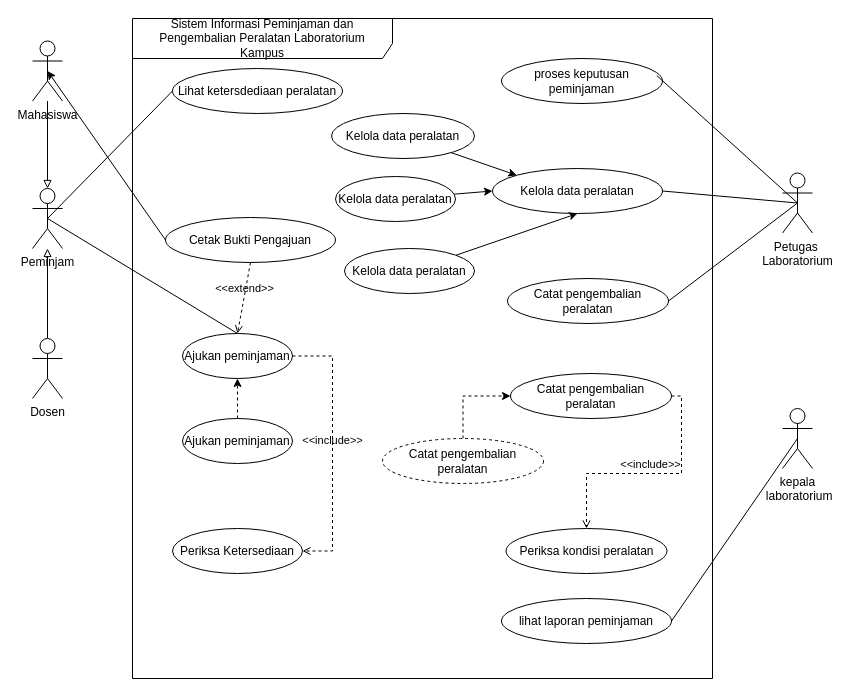
Above: 03_latihan_tools/P04/LAB/P04_2406060_LAB_nota_usecase_v01.drawio in Syakilaaaa/IFRWP5149_2406060_LabAlat (draw.io), before the change. Source tidied: cells renumbered, new cells numbered last; positions are measured from the earlier drawing's top-left corner, leaving out a move shared by most shapes. Both pictures are drawn from the tidied source at 100%, with x=0, y=0 at pixel (32, 18).
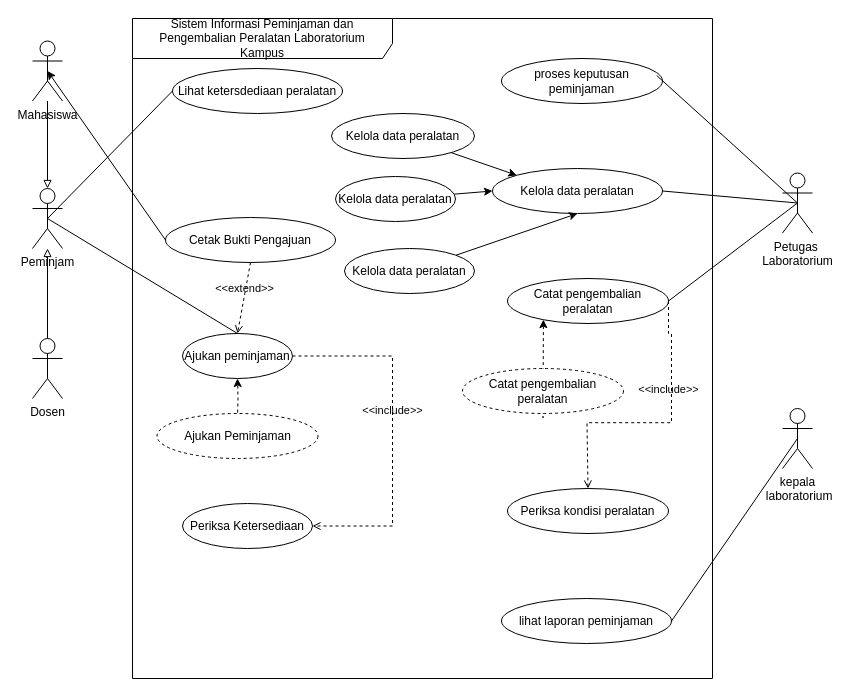
The same page after the edit.

The change refers to these unchanged cells:
```xml
<mxCell id="2" value="Sistem Informasi Peminjaman dan Pengembalian Peralatan Laboratorium &lt;br/&gt;Kampus" style="shape=umlFrame;whiteSpace=wrap;html=1;width=260;height=40;" parent="1" vertex="1">
  <mxGeometry x="100" width="580" height="660" as="geometry" />
</mxCell>
<mxCell id="5" value="Ajukan peminjaman" style="ellipse;html=1;whiteSpace=wrap;fillColor=#FFFFFF;" parent="2" vertex="1">
  <mxGeometry x="50" y="315" width="110" height="45" as="geometry" />
</mxCell>
<mxCell id="6" value="Catat pengembalian peralatan" style="ellipse;html=1;whiteSpace=wrap;fillColor=#FFFFFF;" parent="2" vertex="1">
  <mxGeometry x="375" y="260" width="161" height="45" as="geometry" />
</mxCell>
```

The edit, as a diff of the source:
```diff
@@
-    <mxCell id="10" style="edgeStyle=orthogonalEdgeStyle;rounded=0;jettySize=auto;html=1;dashed=1;" parent="2" edge="1" source="11" target="5">
-      <mxGeometry relative="1" as="geometry" />
+    <mxCell id="10" style="edgeStyle=orthogonalEdgeStyle;rounded=0;jettySize=auto;html=1;dashed=1;" parent="2" edge="1" target="5">
+      <mxGeometry relative="1" as="geometry">
+        <mxPoint x="105" y="400" as="sourcePoint" />
+      </mxGeometry>
     </mxCell>
-    <mxCell id="11" value="Ajukan peminjaman" style="ellipse;html=1;whiteSpace=wrap;fillColor=#FFFFFF;" parent="2" vertex="1">
-      <mxGeometry x="50" y="400" width="110" height="45" as="geometry" />
-    </mxCell>
     <mxCell id="12" value="Periksa Ketersediaan" style="ellipse;html=1;whiteSpace=wrap;fillColor=#FFFFFF;" parent="2" vertex="1">
-      <mxGeometry x="40" y="510" width="130" height="45" as="geometry" />
+      <mxGeometry x="50" y="485" width="130" height="45" as="geometry" />
     </mxCell>
@@
-    <mxCell id="14" value="&amp;lt;&amp;lt;include&amp;gt;&amp;gt;" style="html=1;verticalAlign=bottom;labelBackgroundColor=none;endArrow=open;endFill=0;dashed=1;rounded=0;exitX=1;exitY=0.5;exitDx=0;exitDy=0;entryX=1;entryY=0.5;entryDx=0;entryDy=0;edgeStyle=orthogonalEdgeStyle;" parent="2" edge="1" source="5" target="12">
-      <mxGeometry relative="1" as="geometry">
-        <Array as="points">
-          <mxPoint x="200" y="337.5" />
-          <mxPoint x="200" y="532.5" />
-        </Array>
-      </mxGeometry>
-    </mxCell>
@@
-    <mxCell id="21" value="Catat pengembalian peralatan" style="ellipse;html=1;whiteSpace=wrap;fillColor=#FFFFFF;" parent="2" vertex="1">
-      <mxGeometry x="378" y="355" width="161" height="45" as="geometry" />
-    </mxCell>
     <mxCell id="22" value="Periksa kondisi peralatan" style="ellipse;html=1;whiteSpace=wrap;fillColor=#FFFFFF;" parent="2" vertex="1">
-      <mxGeometry x="373.5" y="510" width="161" height="45" as="geometry" />
+      <mxGeometry x="375" y="470" width="161" height="45" as="geometry" />
     </mxCell>
-    <mxCell id="23" value="&amp;lt;&amp;lt;include&amp;gt;&amp;gt;" style="html=1;verticalAlign=bottom;labelBackgroundColor=none;endArrow=open;endFill=0;dashed=1;rounded=0;entryX=0.5;entryY=0;entryDx=0;entryDy=0;edgeStyle=orthogonalEdgeStyle;exitX=1;exitY=0.5;exitDx=0;exitDy=0;" parent="2" edge="1" source="21" target="22">
-      <mxGeometry relative="1" as="geometry" />
+    <mxCell id="23" value="&amp;lt;&amp;lt;include&amp;gt;&amp;gt;" style="html=1;verticalAlign=bottom;labelBackgroundColor=none;endArrow=open;endFill=0;dashed=1;rounded=0;entryX=0.5;entryY=0;entryDx=0;entryDy=0;edgeStyle=orthogonalEdgeStyle;exitX=1;exitY=0.5;exitDx=0;exitDy=0;" parent="2" edge="1" source="6" target="22">
+      <mxGeometry x="-0.27" y="-3" relative="1" as="geometry">
+        <Array as="points">
+          <mxPoint x="536" y="315" />
+          <mxPoint x="539" y="315" />
+          <mxPoint x="539" y="404.2" />
+          <mxPoint x="454.5" y="404.2" />
+        </Array>
+      </mxGeometry>
     </mxCell>
-    <mxCell id="24" style="edgeStyle=orthogonalEdgeStyle;rounded=0;jettySize=auto;html=1;entryX=0;entryY=0.5;entryDx=0;entryDy=0;dashed=1;" parent="2" edge="1" source="25" target="21">
-      <mxGeometry relative="1" as="geometry" />
+    <mxCell id="24" style="edgeStyle=orthogonalEdgeStyle;rounded=0;jettySize=auto;html=1;entryX=0.223;entryY=0.914;entryDx=0;entryDy=0;dashed=1;entryPerimeter=0;exitX=0.5;exitY=0;exitDx=0;exitDy=0;" parent="2" edge="1" source="25" target="6">
+      <mxGeometry x="-0.54" relative="1" as="geometry">
+        <Array as="points">
+          <mxPoint x="410.5" y="399.3" />
+          <mxPoint x="410.9" y="399.3" />
+        </Array>
+      </mxGeometry>
     </mxCell>
     <mxCell id="25" value="Catat pengembalian peralatan" style="ellipse;html=1;whiteSpace=wrap;fillColor=#FFFFFF;dashed=1;" parent="2" vertex="1">
-      <mxGeometry x="250" y="420" width="161" height="45" as="geometry" />
+      <mxGeometry x="330" y="350" width="161" height="45" as="geometry" />
     </mxCell>
+    <mxCell id="40" value="Ajukan Peminjaman" style="ellipse;html=1;whiteSpace=wrap;fillColor=#FFFFFF;dashed=1;" parent="2" vertex="1">
+      <mxGeometry x="24.5" y="395" width="161" height="45" as="geometry" />
+    </mxCell>
+    <mxCell id="14" value="&amp;lt;&amp;lt;include&amp;gt;&amp;gt;" style="html=1;verticalAlign=bottom;labelBackgroundColor=none;endArrow=open;endFill=0;dashed=1;rounded=0;entryX=1;entryY=0.5;entryDx=0;entryDy=0;edgeStyle=orthogonalEdgeStyle;exitX=1;exitY=0.5;exitDx=0;exitDy=0;" parent="2" edge="1" source="5" target="12">
+      <mxGeometry x="-0.07" relative="1" as="geometry">
+        <Array as="points">
+          <mxPoint x="260" y="337.5" />
+          <mxPoint x="260" y="507.5" />
+        </Array>
+      </mxGeometry>
+    </mxCell>
```
